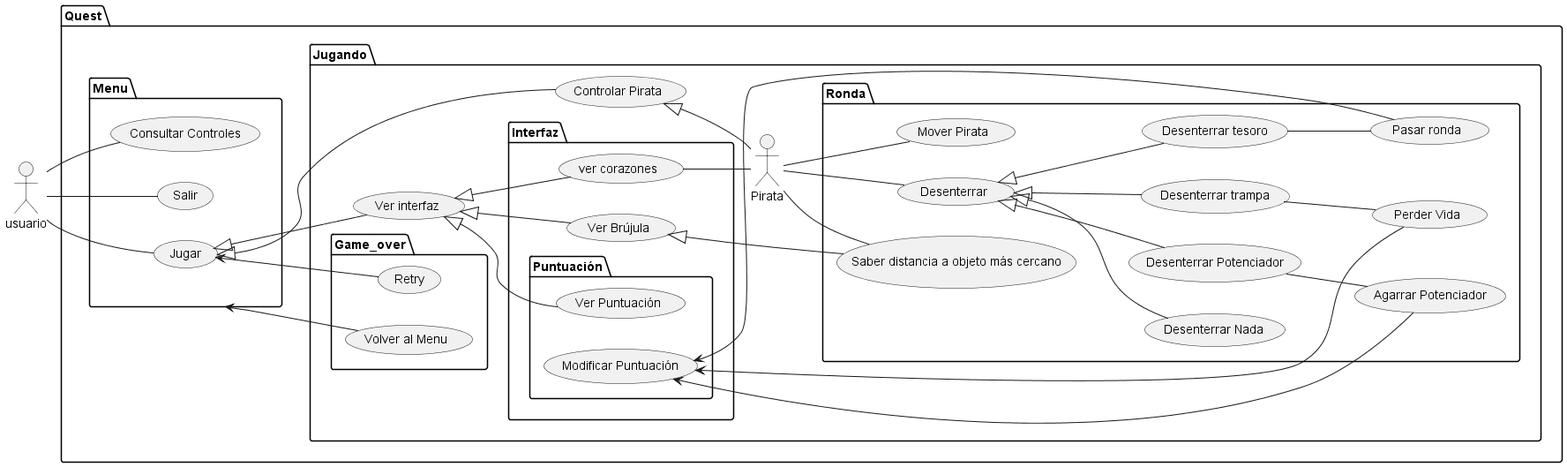
judlozanol/Proyecto-Quest-Juego-en-pygame- keeps this PlantUML diagram as out/diagramas/casos_de_uso/casos_de_uso.png. Above is the earlier version.
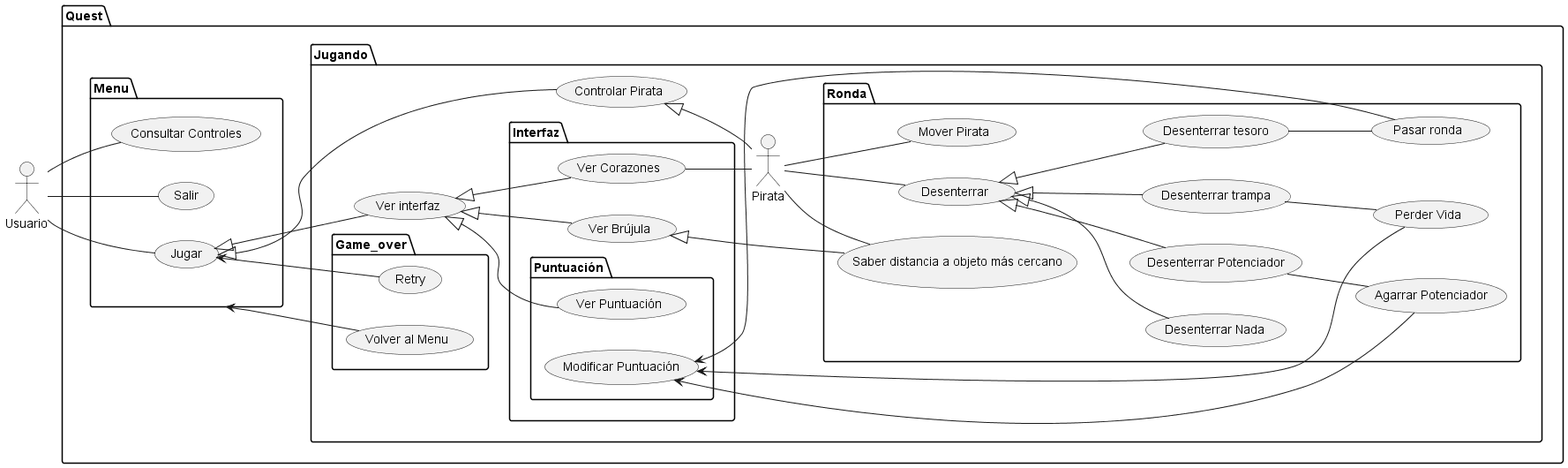
Above is the later version.

Commit message:
cambio nombres variables en plantum casos de uso

What changed in the source:
```diff
@@ -1,69 +1,69 @@
 @startuml
 left to right direction
-actor usuario as g
+actor Usuario as Usuario
 package Quest{
     package Menu{
-        usecase "Jugar" as UC1
-        usecase "Consultar Controles" as UC2
-        usecase "Salir" as UC3
+        usecase "Jugar" as Jugar
+        usecase "Consultar Controles" as Controles
+        usecase "Salir" as Salir
     }
     package Jugando{
         actor Pirata as Pirata
         package Ronda{
-            usecase "Mover Pirata" as RC1
-            usecase "Desenterrar" as RC2
-            usecase "Agarrar Potenciador" as RC3
-            usecase "Perder Vida" as RC4
-            usecase "Pasar ronda" as RC5
-            usecase "Saber distancia a objeto más cercano" as RC10
+            usecase "Mover Pirata" as MoverPirata
+            usecase "Desenterrar" as Desenterrar
+            usecase "Agarrar Potenciador" as AgarrarPotenciador
+            usecase "Perder Vida" as PerderVida
+            usecase "Pasar ronda" as PasarRonda
+            usecase "Saber distancia a objeto más cercano" as SaberDistancia
 
-            usecase "Desenterrar trampa" as RC6
-            usecase "Desenterrar tesoro" as RC7
-            usecase "Desenterrar Nada" as RC8
-            usecase "Desenterrar Potenciador" as RC9
+            usecase "Desenterrar trampa" as DTrampa
+            usecase "Desenterrar tesoro" as DTesoro
+            usecase "Desenterrar Nada" as DNada
+            usecase "Desenterrar Potenciador" as DPotenciador
 
         }
-        usecase "Controlar Pirata" as PC5
-        usecase "Ver interfaz" as PC7
+        usecase "Controlar Pirata" as Controlar
+        usecase "Ver interfaz" as VInterfaz
         package Interfaz{
             package Puntuación{
-                usecase "Ver Puntuación" as PC1
-                usecase "Modificar Puntuación" as PC2
+                usecase "Ver Puntuación" as VPuntuacion
+                usecase "Modificar Puntuación" as MPuntuacion
                 }
-            usecase "Ver Brújula" as PC3
-            usecase "ver corazones" as PC6
+            usecase "Ver Brújula" as VBrujula
+            usecase "Ver Corazones" as VCorazon
         }
         package Game_over{
-            usecase "Volver al Menu" as Volver_menu
+            usecase "Volver al Menu" as VolverMenu
             usecase "Retry" as Retry
 
         }
     }
 }
-g -- UC1
-g -- UC2
-g -- UC3
-UC1 <|-- PC5
-UC1 <|-- PC7
-RC2 <|-- RC6
-RC2 <|-- RC7
-RC2 <|-- RC8
-RC2 <|-- RC9
-RC6 -- RC4
-RC7 -- RC5
-RC9 -- RC3
-PC5 <|-- Pirata
-Pirata -- RC1
-Pirata -- RC2
-PC2 <-- RC3
-PC2 <-- RC4
-PC2 <-- RC5
-Pirata -- RC10
-PC6 -- Pirata
-PC7 <|-- PC6
-PC7 <|-- PC3
-PC7 <|-- PC1
-PC3 <|-- RC10
-Menu <-- Volver_menu
-UC1 <-- Retry
+Usuario -- Jugar
+Usuario -- Controles
+Usuario -- Salir
+Jugar <|-- Controlar
+Jugar <|-- VInterfaz
+Desenterrar <|-- DTrampa
+Desenterrar <|-- DTesoro
+Desenterrar <|-- DNada
+Desenterrar <|-- DPotenciador
+DTrampa -- PerderVida
+DTesoro -- PasarRonda
+DPotenciador -- AgarrarPotenciador
+Controlar <|-- Pirata
+Pirata -- MoverPirata
+Pirata -- Desenterrar
+MPuntuacion <-- AgarrarPotenciador
+MPuntuacion <-- PerderVida
+MPuntuacion <-- PasarRonda
+Pirata -- SaberDistancia
+VCorazon -- Pirata
+VInterfaz <|-- VCorazon
+VInterfaz <|-- VBrujula
+VInterfaz <|-- VPuntuacion
+VBrujula <|-- SaberDistancia
+Menu <-- VolverMenu
+Jugar <-- Retry
 @enduml
```
